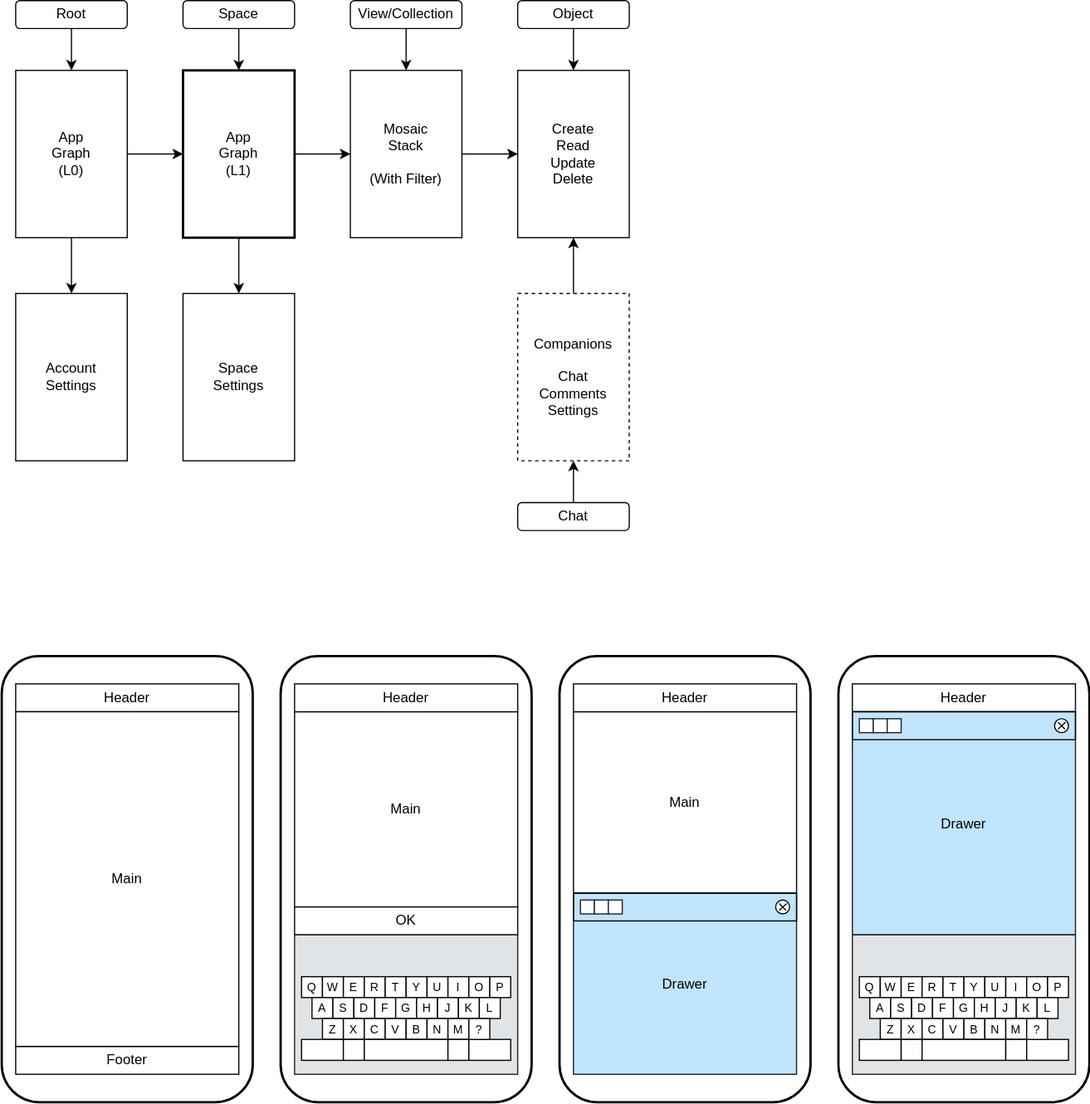
Before: packages/plugins/plugin-simple-layout/docs/layout.drawio.svg, a diagram exported from draw.io (dxos/dxos). Source tidied: cells renumbered, new cells last; positions are measured from the earlier drawing's top-left corner, leaving out a move shared by most shapes.
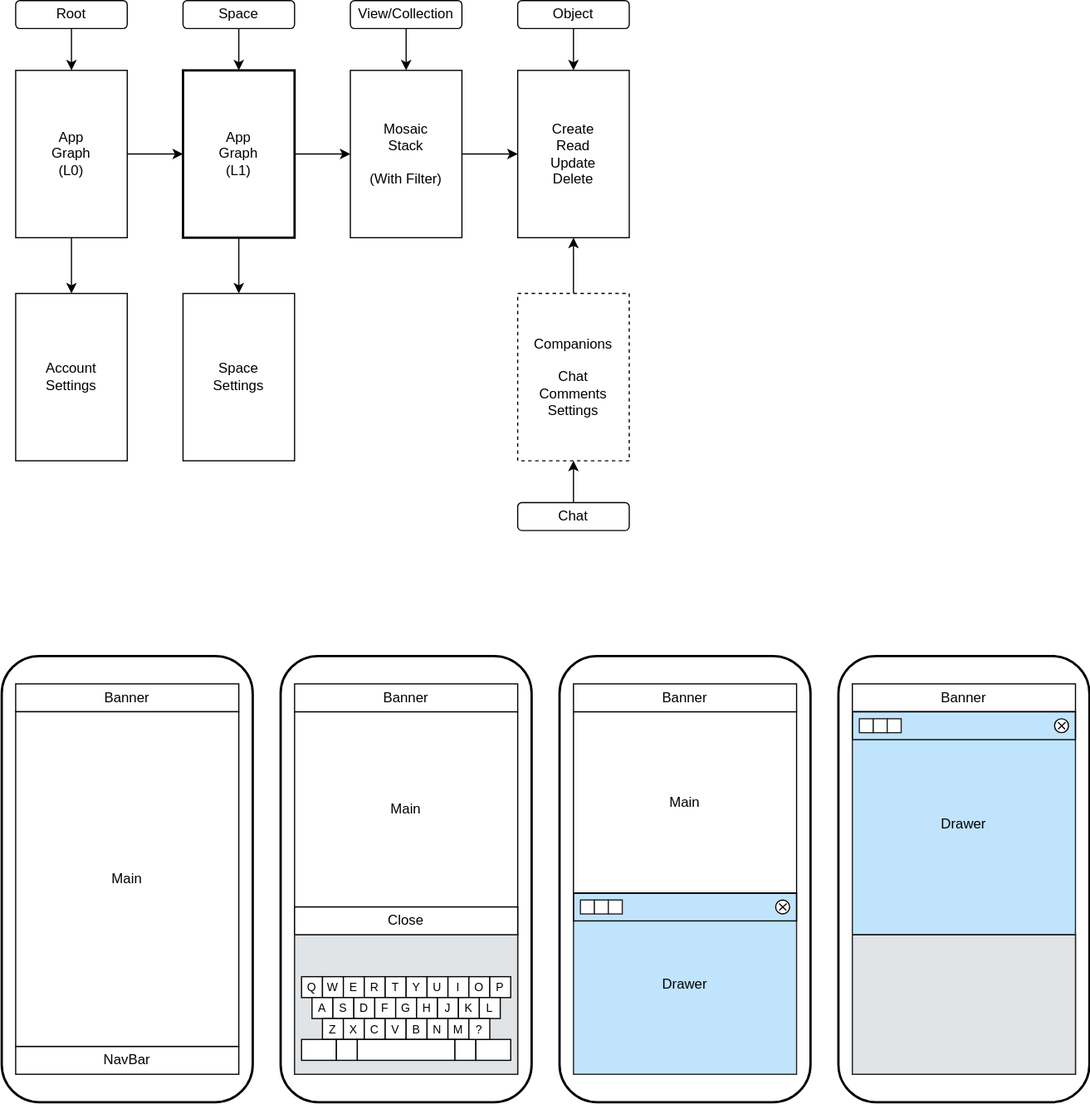
Above is the later version.

What changed in the source:
```diff
@@ -83,10 +83,10 @@
     <mxCell id="28" value="Chat" style="rounded=1;whiteSpace=wrap;html=1;" parent="1" vertex="1">
       <mxGeometry x="444" y="432" width="96" height="24" as="geometry" />
     </mxCell>
-    <mxCell id="29" value="Footer" style="rounded=0;whiteSpace=wrap;html=1;" parent="1" vertex="1">
+    <mxCell id="29" value="NavBar" style="rounded=0;whiteSpace=wrap;html=1;" parent="1" vertex="1">
       <mxGeometry x="12" y="900" width="192" height="24" as="geometry" />
     </mxCell>
-    <mxCell id="30" value="Header" style="rounded=0;whiteSpace=wrap;html=1;" parent="1" vertex="1">
+    <mxCell id="30" value="Banner" style="rounded=0;whiteSpace=wrap;html=1;" parent="1" vertex="1">
       <mxGeometry x="12" y="588" width="192" height="24" as="geometry" />
     </mxCell>
     <mxCell id="31" value="Drawer" style="group;fillColor=#C0E4FC;fontColor=#000000;strokeColor=#1E1F20;verticalAlign=middle;" parent="1" vertex="1">
@@ -119,13 +119,13 @@
     <mxCell id="38" value="Main" style="rounded=0;whiteSpace=wrap;html=1;" parent="1" vertex="1">
       <mxGeometry x="492" y="612" width="192" height="156" as="geometry" />
     </mxCell>
-    <mxCell id="39" value="Header" style="rounded=0;whiteSpace=wrap;html=1;" parent="1" vertex="1">
+    <mxCell id="39" value="Banner" style="rounded=0;whiteSpace=wrap;html=1;" parent="1" vertex="1">
       <mxGeometry x="252" y="588" width="192" height="24" as="geometry" />
     </mxCell>
-    <mxCell id="40" value="Header" style="rounded=0;whiteSpace=wrap;html=1;" parent="1" vertex="1">
+    <mxCell id="40" value="Banner" style="rounded=0;whiteSpace=wrap;html=1;" parent="1" vertex="1">
       <mxGeometry x="492" y="588" width="192" height="24" as="geometry" />
     </mxCell>
-    <mxCell id="41" value="Header" style="rounded=0;whiteSpace=wrap;html=1;" parent="1" vertex="1">
+    <mxCell id="41" value="Banner" style="rounded=0;whiteSpace=wrap;html=1;" parent="1" vertex="1">
       <mxGeometry x="732" y="588" width="192" height="24" as="geometry" />
     </mxCell>
     <mxCell id="42" value="Drawer" style="group;fillColor=#C0E4FC;fontColor=#000000;strokeColor=#1E1F20;verticalAlign=middle;" parent="1" vertex="1">
@@ -410,5 +410,122 @@
     <mxCell id="131" value="?" style="rounded=0;whiteSpace=wrap;html=1;fontSize=10;" parent="98" vertex="1">
       <mxGeometry x="150" y="72" width="18" height="18" as="geometry" />
     </mxCell>
+    <mxCell id="132" value="Close" style="rounded=0;whiteSpace=wrap;html=1;" parent="1" vertex="1">
+      <mxGeometry x="252" y="780" width="192" height="24" as="geometry" />
+    </mxCell>
+    <mxCell id="133" style="group;" parent="1" vertex="1">
+      <mxGeometry x="732" y="804" width="192" height="120" as="geometry" />
+    </mxCell>
+    <mxCell id="134" style="rounded=0;whiteSpace=wrap;html=1;fillColor=#E1E4E6;fontColor=#000000;strokeColor=#1E1F20;" parent="133" vertex="1">
+      <mxGeometry width="192" height="120" as="geometry" />
+    </mxCell>
+    <mxCell id="135" style="group;" parent="133" vertex="1">
+      <mxGeometry x="6" y="36" width="180" height="72" as="geometry" />
+    </mxCell>
+    <mxCell id="136" style="group;" parent="1" vertex="1">
+      <mxGeometry x="252" y="804" width="192" height="120" as="geometry" />
+    </mxCell>
+    <mxCell id="137" style="rounded=0;whiteSpace=wrap;html=1;fillColor=#E1E4E6;fontColor=#000000;strokeColor=#1E1F20;strokeWidth=1;" parent="136" vertex="1">
+      <mxGeometry width="192" height="120" as="geometry" />
+    </mxCell>
+    <mxCell id="138" style="group;" parent="136" vertex="1">
+      <mxGeometry x="6" y="36" width="180" height="72" as="geometry" />
+    </mxCell>
+    <mxCell id="139" value="Q" style="rounded=0;whiteSpace=wrap;html=1;fontSize=10;" parent="138" vertex="1">
+      <mxGeometry width="18" height="18" as="geometry" />
+    </mxCell>
+    <mxCell id="140" value="W" style="rounded=0;whiteSpace=wrap;html=1;fontSize=10;" parent="138" vertex="1">
+      <mxGeometry x="18" width="18" height="18" as="geometry" />
+    </mxCell>
+    <mxCell id="141" value="E" style="rounded=0;whiteSpace=wrap;html=1;fontSize=10;" parent="138" vertex="1">
+      <mxGeometry x="36" width="18" height="18" as="geometry" />
+    </mxCell>
+    <mxCell id="142" value="R" style="rounded=0;whiteSpace=wrap;html=1;fontSize=10;" parent="138" vertex="1">
+      <mxGeometry x="54" width="18" height="18" as="geometry" />
+    </mxCell>
+    <mxCell id="143" value="T" style="rounded=0;whiteSpace=wrap;html=1;fontSize=10;" parent="138" vertex="1">
+      <mxGeometry x="72" width="18" height="18" as="geometry" />
+    </mxCell>
+    <mxCell id="144" value="Y" style="rounded=0;whiteSpace=wrap;html=1;fontSize=10;" parent="138" vertex="1">
+      <mxGeometry x="90" width="18" height="18" as="geometry" />
+    </mxCell>
+    <mxCell id="145" value="U" style="rounded=0;whiteSpace=wrap;html=1;fontSize=10;" parent="138" vertex="1">
+      <mxGeometry x="108" width="18" height="18" as="geometry" />
+    </mxCell>
+    <mxCell id="146" value="I" style="rounded=0;whiteSpace=wrap;html=1;fontSize=10;" parent="138" vertex="1">
+      <mxGeometry x="126" width="18" height="18" as="geometry" />
+    </mxCell>
+    <mxCell id="147" value="O" style="rounded=0;whiteSpace=wrap;html=1;fontSize=10;" parent="138" vertex="1">
+      <mxGeometry x="144" width="18" height="18" as="geometry" />
+    </mxCell>
+    <mxCell id="148" value="P" style="rounded=0;whiteSpace=wrap;html=1;fontSize=10;" parent="138" vertex="1">
+      <mxGeometry x="162" width="18" height="18" as="geometry" />
+    </mxCell>
+    <mxCell id="149" value="A" style="rounded=0;whiteSpace=wrap;html=1;fontSize=10;" parent="138" vertex="1">
+      <mxGeometry x="9" y="18" width="18" height="18" as="geometry" />
+    </mxCell>
+    <mxCell id="150" value="S" style="rounded=0;whiteSpace=wrap;html=1;fontSize=10;" parent="138" vertex="1">
+      <mxGeometry x="27" y="18" width="18" height="18" as="geometry" />
+    </mxCell>
+    <mxCell id="151" value="D" style="rounded=0;whiteSpace=wrap;html=1;fontSize=10;" parent="138" vertex="1">
+      <mxGeometry x="45" y="18" width="18" height="18" as="geometry" />
+    </mxCell>
+    <mxCell id="152" value="F" style="rounded=0;whiteSpace=wrap;html=1;fontSize=10;" parent="138" vertex="1">
+      <mxGeometry x="63" y="18" width="18" height="18" as="geometry" />
+    </mxCell>
+    <mxCell id="153" value="G" style="rounded=0;whiteSpace=wrap;html=1;fontSize=10;" parent="138" vertex="1">
+      <mxGeometry x="81" y="18" width="18" height="18" as="geometry" />
+    </mxCell>
+    <mxCell id="154" value="H" style="rounded=0;whiteSpace=wrap;html=1;fontSize=10;" parent="138" vertex="1">
+      <mxGeometry x="99" y="18" width="18" height="18" as="geometry" />
+    </mxCell>
+    <mxCell id="155" value="J" style="rounded=0;whiteSpace=wrap;html=1;fontSize=10;" parent="138" vertex="1">
+      <mxGeometry x="117" y="18" width="18" height="18" as="geometry" />
+    </mxCell>
+    <mxCell id="156" value="K" style="rounded=0;whiteSpace=wrap;html=1;fontSize=10;" parent="138" vertex="1">
+      <mxGeometry x="135" y="18" width="18" height="18" as="geometry" />
+    </mxCell>
+    <mxCell id="157" value="L" style="rounded=0;whiteSpace=wrap;html=1;fontSize=10;" parent="138" vertex="1">
+      <mxGeometry x="153" y="18" width="18" height="18" as="geometry" />
+    </mxCell>
+    <mxCell id="158" value="Z" style="rounded=0;whiteSpace=wrap;html=1;fontSize=10;" parent="138" vertex="1">
+      <mxGeometry x="18" y="36" width="18" height="18" as="geometry" />
+    </mxCell>
+    <mxCell id="159" value="X" style="rounded=0;whiteSpace=wrap;html=1;fontSize=10;" parent="138" vertex="1">
+      <mxGeometry x="36" y="36" width="18" height="18" as="geometry" />
+    </mxCell>
+    <mxCell id="160" value="C" style="rounded=0;whiteSpace=wrap;html=1;fontSize=10;" parent="138" vertex="1">
+      <mxGeometry x="54" y="36" width="18" height="18" as="geometry" />
+    </mxCell>
+    <mxCell id="161" value="V" style="rounded=0;whiteSpace=wrap;html=1;fontSize=10;" parent="138" vertex="1">
+      <mxGeometry x="72" y="36" width="18" height="18" as="geometry" />
+    </mxCell>
+    <mxCell id="162" value="B" style="rounded=0;whiteSpace=wrap;html=1;fontSize=10;" parent="138" vertex="1">
+      <mxGeometry x="90" y="36" width="18" height="18" as="geometry" />
+    </mxCell>
+    <mxCell id="163" value="N" style="rounded=0;whiteSpace=wrap;html=1;fontSize=10;" parent="138" vertex="1">
+      <mxGeometry x="108" y="36" width="18" height="18" as="geometry" />
+    </mxCell>
+    <mxCell id="164" value="M" style="rounded=0;whiteSpace=wrap;html=1;fontSize=10;" parent="138" vertex="1">
+      <mxGeometry x="126" y="36" width="18" height="18" as="geometry" />
+    </mxCell>
+    <mxCell id="165" style="rounded=0;whiteSpace=wrap;html=1;fontSize=10;" parent="138" vertex="1">
+      <mxGeometry y="54" width="30" height="18" as="geometry" />
+    </mxCell>
+    <mxCell id="166" style="rounded=0;whiteSpace=wrap;html=1;fontSize=10;" parent="138" vertex="1">
+      <mxGeometry x="30" y="54" width="18" height="18" as="geometry" />
+    </mxCell>
+    <mxCell id="167" style="rounded=0;whiteSpace=wrap;html=1;fontSize=10;" parent="138" vertex="1">
+      <mxGeometry x="48" y="54" width="84" height="18" as="geometry" />
+    </mxCell>
+    <mxCell id="168" style="rounded=0;whiteSpace=wrap;html=1;fontSize=10;" parent="138" vertex="1">
+      <mxGeometry x="132" y="54" width="18" height="18" as="geometry" />
+    </mxCell>
+    <mxCell id="169" style="rounded=0;whiteSpace=wrap;html=1;fontSize=10;" parent="138" vertex="1">
+      <mxGeometry x="150" y="54" width="30" height="18" as="geometry" />
+    </mxCell>
+    <mxCell id="170" value="?" style="rounded=0;whiteSpace=wrap;html=1;fontSize=10;" parent="138" vertex="1">
+      <mxGeometry x="144" y="36" width="18" height="18" as="geometry" />
+    </mxCell>
   </root>
 </mxGraphModel>
```
